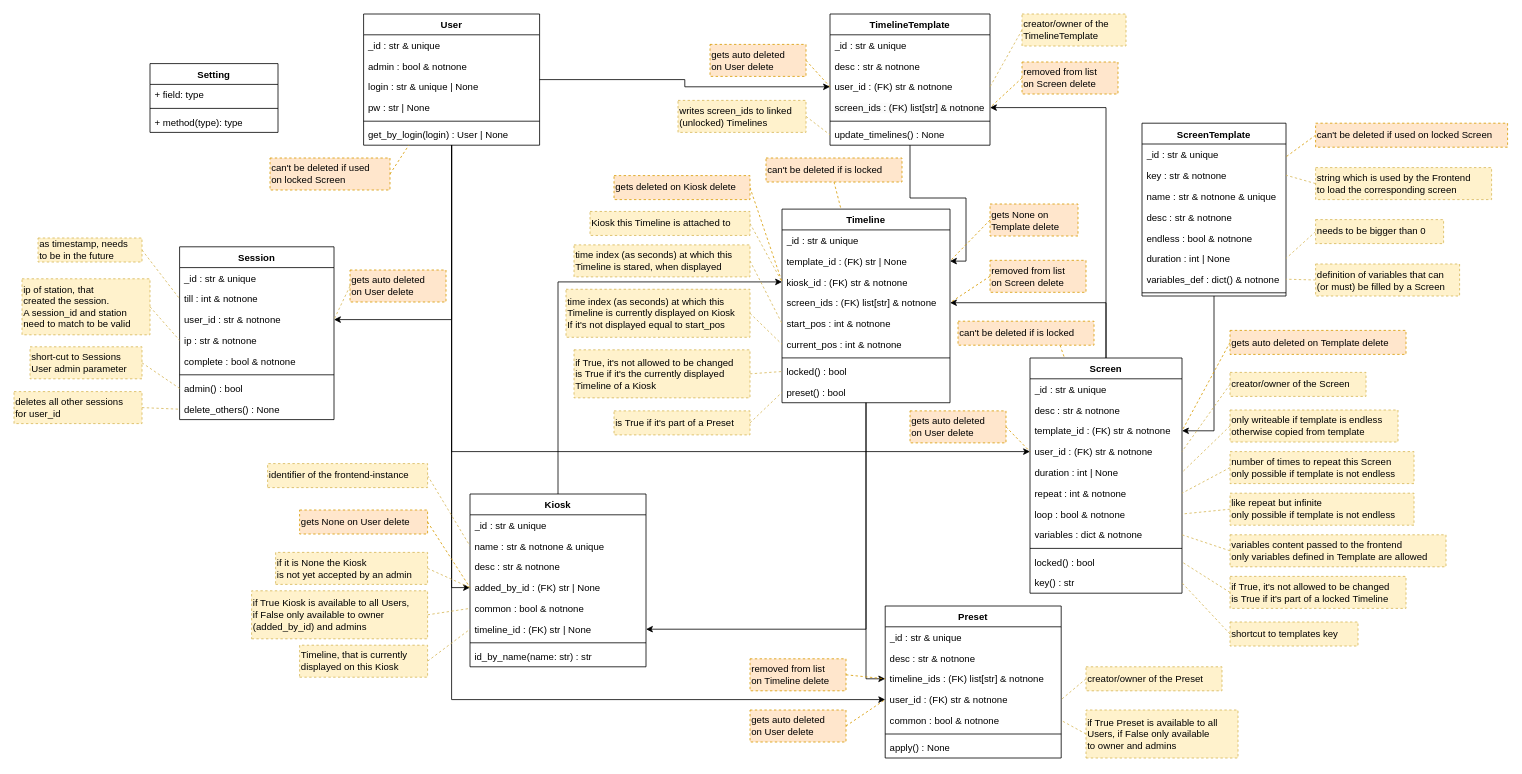
nlptournament/nlpt-kiosk keeps this draw.io diagram as docs/elements.drawio. Above is the earlier version. Source tidied: cells renumbered, new cells numbered last; positions are measured from the earlier drawing's top-left corner, leaving out a move shared by most shapes. Both pictures are drawn from the tidied source at 80%, with x=0, y=0 at pixel (14, 14).
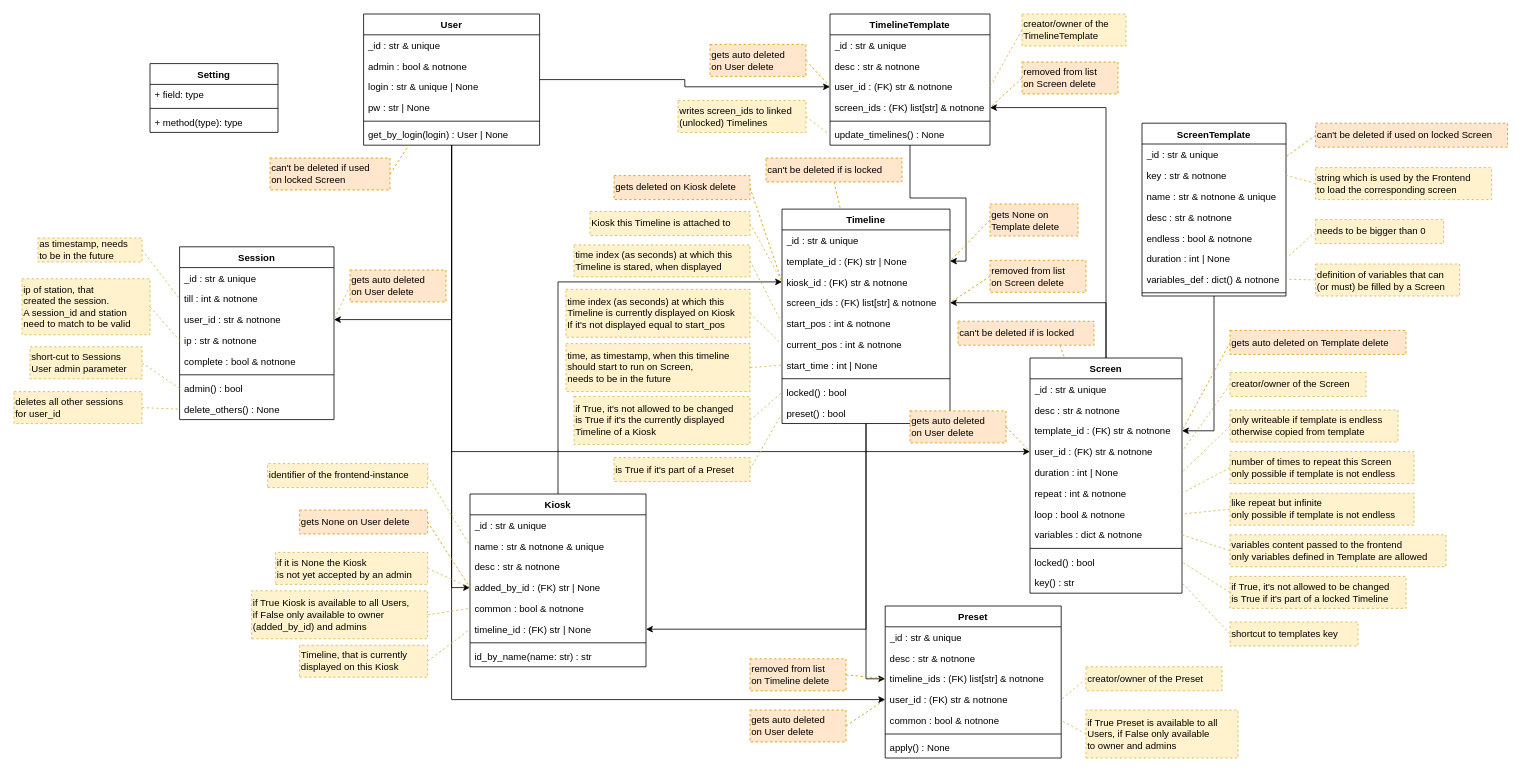
The same page after the edit.

Commit message (it also covers changes not shown here):
backend & frontend: enabled system to do synced timeline applys

What changed in the source:
```diff
@@
     <mxCell id="57" value="Timeline" style="swimlane;fontStyle=1;align=center;verticalAlign=top;horizontal=1;startSize=26;whiteSpace=wrap;html=1;" parent="1" vertex="1">
-      <mxGeometry x="960" y="243.9" width="210" height="242" as="geometry" />
+      <mxGeometry x="960" y="243.9" width="210" height="268" as="geometry" />
     </mxCell>
@@
+    <mxCell id="173" value="&lt;span style=&quot;text-wrap: nowrap;&quot;&gt;start_time : int | None&lt;/span&gt;" style="text;strokeColor=none;fillColor=none;align=left;verticalAlign=top;spacingLeft=4;spacingRight=4;overflow=hidden;points=[[0,0.5],[1,0.5]];portConstraint=eastwest;whiteSpace=wrap;html=1;" parent="57" vertex="1">
+      <mxGeometry y="182" width="210" height="26" as="geometry" />
+    </mxCell>
     <mxCell id="64" style="line;strokeWidth=1;fillColor=none;align=left;verticalAlign=middle;spacingTop=-1;spacingLeft=3;spacingRight=3;labelPosition=right;strokeColor=inherit;" parent="57" vertex="1">
-      <mxGeometry y="182" width="210" height="8" as="geometry" />
+      <mxGeometry y="208" width="210" height="8" as="geometry" />
     </mxCell>
     <mxCell id="65" value="locked() : bool" style="text;align=left;verticalAlign=top;spacingLeft=4;spacingRight=4;overflow=hidden;points=[[0,0.5],[1,0.5]];portConstraint=eastwest;whiteSpace=wrap;html=1;" parent="57" vertex="1">
-      <mxGeometry y="190" width="210" height="26" as="geometry" />
+      <mxGeometry y="216" width="210" height="26" as="geometry" />
     </mxCell>
     <mxCell id="66" value="preset() : bool" style="text;align=left;verticalAlign=top;spacingLeft=4;spacingRight=4;overflow=hidden;points=[[0,0.5],[1,0.5]];portConstraint=eastwest;whiteSpace=wrap;html=1;" parent="57" vertex="1">
-      <mxGeometry y="216" width="210" height="26" as="geometry" />
+      <mxGeometry y="242" width="210" height="26" as="geometry" />
     </mxCell>
@@
     <mxCell id="100" value="if True, it's not allowed to be changed&lt;div&gt;is True if it's the currently displayed&lt;/div&gt;&lt;div&gt;Timeline of a Kiosk&lt;/div&gt;" style="rounded=0;whiteSpace=wrap;html=1;fillColor=#fff2cc;strokeColor=#d6b656;dashed=1;align=left;verticalAlign=middle;horizontal=1;labelPosition=center;verticalLabelPosition=middle;" parent="1" vertex="1">
-      <mxGeometry x="700" y="419.8" width="220" height="60" as="geometry" />
+      <mxGeometry x="700" y="478" width="220" height="60" as="geometry" />
     </mxCell>
@@
     <mxCell id="110" value="is True if it's part of a Preset" style="rounded=0;whiteSpace=wrap;html=1;fillColor=#fff2cc;strokeColor=#d6b656;dashed=1;align=left;verticalAlign=middle;horizontal=1;labelPosition=center;verticalLabelPosition=middle;" parent="1" vertex="1">
-      <mxGeometry x="750" y="496.1" width="170" height="30" as="geometry" />
+      <mxGeometry x="750" y="554.5" width="170" height="30" as="geometry" />
     </mxCell>
@@
+    <mxCell id="174" style="rounded=0;jettySize=auto;html=1;exitX=1;exitY=0.5;exitDx=0;exitDy=0;entryX=0;entryY=0.5;entryDx=0;entryDy=0;dashed=1;fillColor=#fff2cc;strokeColor=#d6b656;endArrow=none;endFill=0;" parent="1" edge="1" source="175" target="173">
+      <mxGeometry relative="1" as="geometry" />
+    </mxCell>
+    <mxCell id="175" value="time, as timestamp, when this timeline&lt;div&gt;should start to run on Screen,&lt;/div&gt;&lt;div&gt;needs to be in the future&lt;/div&gt;" style="rounded=0;whiteSpace=wrap;html=1;fillColor=#fff2cc;strokeColor=#d6b656;dashed=1;align=left;verticalAlign=middle;horizontal=1;labelPosition=center;verticalLabelPosition=middle;" parent="1" vertex="1">
+      <mxGeometry x="690" y="412" width="230" height="60" as="geometry" />
+    </mxCell>
```
